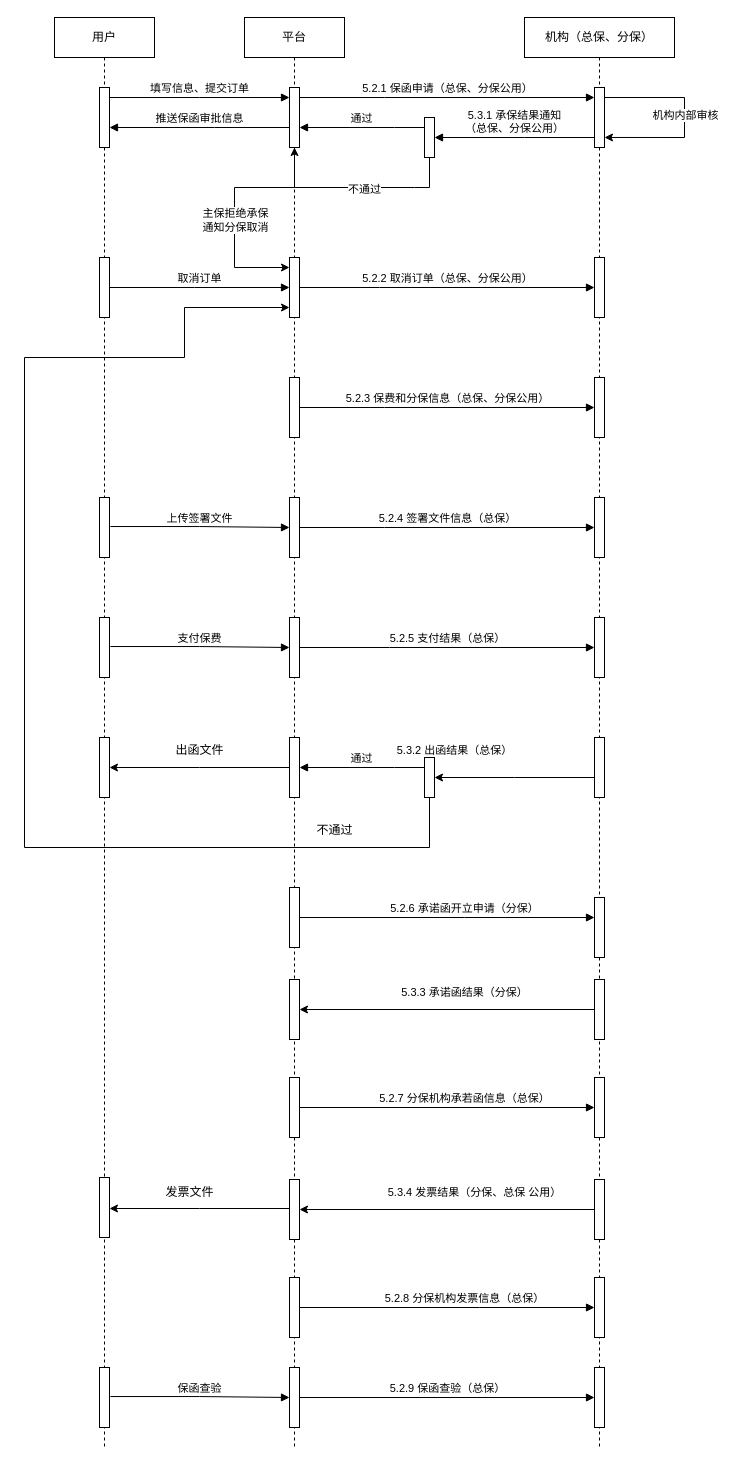
Above: page "Page-1" (1 of 2) of 接口交互图.drawio in jiedada/hello-world (draw.io), before the change. Source tidied: cells renumbered, new cells numbered last; positions are measured from the earlier drawing's top-left corner, leaving out a move shared by most shapes. Both pictures are drawn from the tidied source at 100%, with x=0, y=0 at pixel (24, 17).
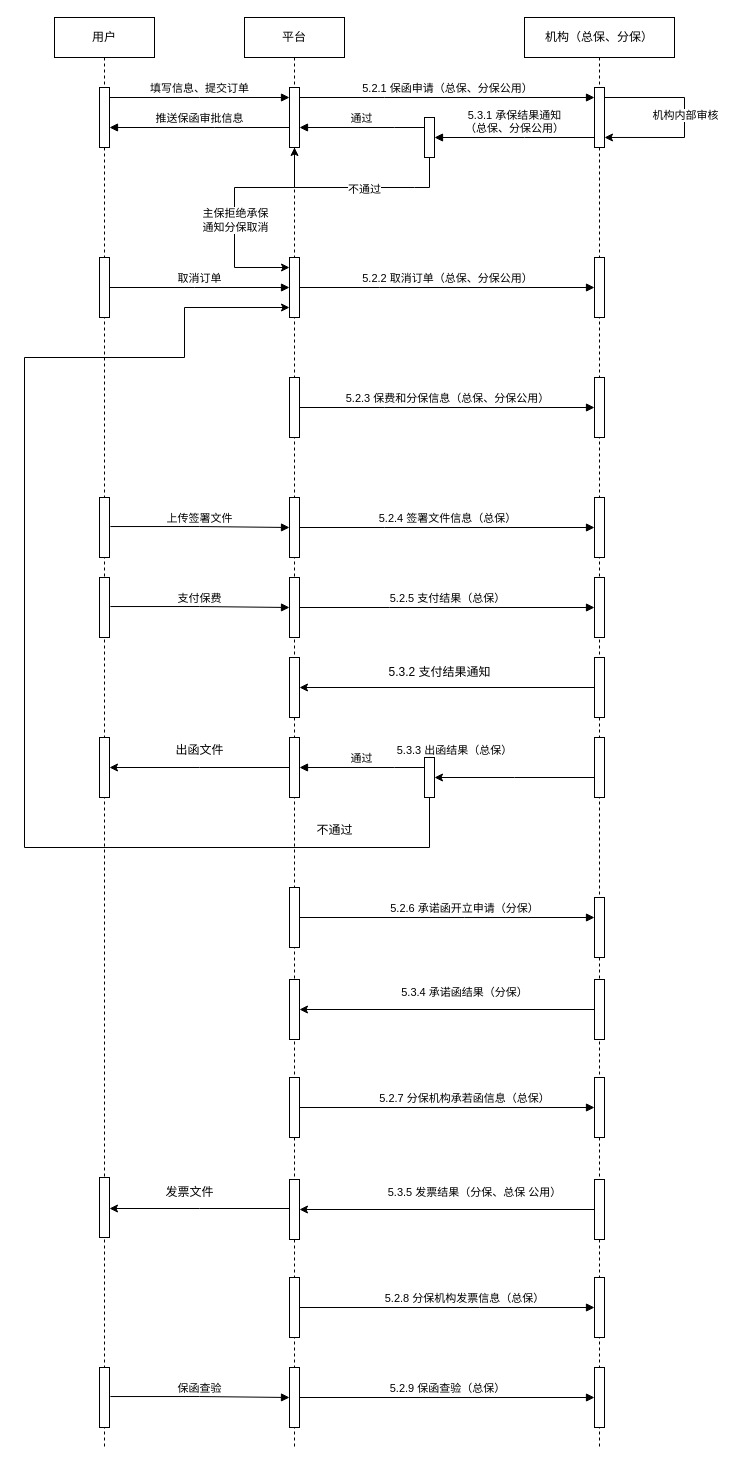
After the change.

Commit message:
更新接口交互图.drawio

The change refers to these unchanged cells:
```xml
<mxCell id="2" value="用户" style="shape=umlLifeline;perimeter=lifelinePerimeter;whiteSpace=wrap;html=1;newEdgeStyle={&quot;edgeStyle&quot;:&quot;elbowEdgeStyle&quot;,&quot;elbow&quot;:&quot;vertical&quot;,&quot;curved&quot;:0,&quot;rounded&quot;:0};" parent="1" vertex="1">
  <mxGeometry x="30" width="100" height="1430" as="geometry" />
</mxCell>
<mxCell id="10" value="机构（总保、分保）" style="shape=umlLifeline;perimeter=lifelinePerimeter;whiteSpace=wrap;html=1;newEdgeStyle={&quot;edgeStyle&quot;:&quot;elbowEdgeStyle&quot;,&quot;elbow&quot;:&quot;vertical&quot;,&quot;curved&quot;:0,&quot;rounded&quot;:0};" parent="1" vertex="1">
  <mxGeometry x="500" width="150" height="1430" as="geometry" />
</mxCell>
<mxCell id="22" value="平台" style="shape=umlLifeline;perimeter=lifelinePerimeter;whiteSpace=wrap;html=1;newEdgeStyle={&quot;edgeStyle&quot;:&quot;elbowEdgeStyle&quot;,&quot;elbow&quot;:&quot;vertical&quot;,&quot;curved&quot;:0,&quot;rounded&quot;:0};" parent="1" vertex="1">
  <mxGeometry x="220" width="100" height="1430" as="geometry" />
</mxCell>
```

Change to the diagram source:
```diff
@@
     <mxCell id="6" style="html=1;points=[];perimeter=orthogonalPerimeter;outlineConnect=0;targetShapes=umlLifeline;portConstraint=eastwest;newEdgeStyle={&quot;edgeStyle&quot;:&quot;elbowEdgeStyle&quot;,&quot;elbow&quot;:&quot;vertical&quot;,&quot;curved&quot;:0,&quot;rounded&quot;:0};" parent="2" vertex="1">
-      <mxGeometry x="45" y="600" width="10" height="60" as="geometry" />
+      <mxGeometry x="45" y="560" width="10" height="60" as="geometry" />
     </mxCell>
@@
     <mxCell id="15" style="html=1;points=[];perimeter=orthogonalPerimeter;outlineConnect=0;targetShapes=umlLifeline;portConstraint=eastwest;newEdgeStyle={&quot;edgeStyle&quot;:&quot;elbowEdgeStyle&quot;,&quot;elbow&quot;:&quot;vertical&quot;,&quot;curved&quot;:0,&quot;rounded&quot;:0};" parent="10" vertex="1">
-      <mxGeometry x="70" y="600" width="10" height="60" as="geometry" />
+      <mxGeometry x="70" y="560" width="10" height="60" as="geometry" />
     </mxCell>
@@
     <mxCell id="27" style="html=1;points=[];perimeter=orthogonalPerimeter;outlineConnect=0;targetShapes=umlLifeline;portConstraint=eastwest;newEdgeStyle={&quot;edgeStyle&quot;:&quot;elbowEdgeStyle&quot;,&quot;elbow&quot;:&quot;vertical&quot;,&quot;curved&quot;:0,&quot;rounded&quot;:0};" parent="22" vertex="1">
-      <mxGeometry x="45" y="600" width="10" height="60" as="geometry" />
+      <mxGeometry x="45" y="560" width="10" height="60" as="geometry" />
     </mxCell>
@@
+    <mxCell id="74" style="html=1;points=[];perimeter=orthogonalPerimeter;outlineConnect=0;targetShapes=umlLifeline;portConstraint=eastwest;newEdgeStyle={&quot;edgeStyle&quot;:&quot;elbowEdgeStyle&quot;,&quot;elbow&quot;:&quot;vertical&quot;,&quot;curved&quot;:0,&quot;rounded&quot;:0};" parent="22" vertex="1">
+      <mxGeometry x="45" y="640" width="10" height="60" as="geometry" />
+    </mxCell>
@@
     <mxCell id="53" value="5.2.5 支付结果（总保）" style="html=1;verticalAlign=bottom;endArrow=block;edgeStyle=elbowEdgeStyle;elbow=vertical;curved=0;rounded=0;" parent="1" edge="1" source="27" target="15">
       <mxGeometry relative="1" as="geometry">
         <Array as="points">
-          <mxPoint x="365" y="630" />
+          <mxPoint x="365" y="590" />
         </Array>
       </mxGeometry>
     </mxCell>
@@
-    <mxCell id="58" value="&lt;span style=&quot;font-size: 11px; background-color: rgb(255, 255, 255);&quot;&gt;5.3.2 出函结果（&lt;/span&gt;&lt;span style=&quot;font-size: 11px; background-color: rgb(255, 255, 255);&quot;&gt;总保&lt;/span&gt;&lt;span style=&quot;font-size: 11px; background-color: rgb(255, 255, 255);&quot;&gt;）&lt;/span&gt;" style="text;html=1;align=center;verticalAlign=middle;strokeColor=none;fillColor=none;" parent="1" vertex="1">
+    <mxCell id="58" value="&lt;span style=&quot;font-size: 11px; background-color: rgb(255, 255, 255);&quot;&gt;5.3.3 出函结果（&lt;/span&gt;&lt;span style=&quot;font-size: 11px; background-color: rgb(255, 255, 255);&quot;&gt;总保&lt;/span&gt;&lt;span style=&quot;font-size: 11px; background-color: rgb(255, 255, 255);&quot;&gt;）&lt;/span&gt;" style="text;html=1;align=center;verticalAlign=middle;strokeColor=none;fillColor=none;" parent="1" vertex="1">
       <mxGeometry x="360" y="718" width="140" height="30" as="geometry" />
     </mxCell>
@@
-    <mxCell id="60" value="&lt;span style=&quot;font-size: 11px; background-color: rgb(255, 255, 255);&quot;&gt;5.3.3 承诺函结果（分&lt;/span&gt;&lt;span style=&quot;font-size: 11px; background-color: rgb(255, 255, 255);&quot;&gt;保&lt;/span&gt;&lt;span style=&quot;font-size: 11px; background-color: rgb(255, 255, 255);&quot;&gt;）&lt;/span&gt;" style="text;html=1;align=center;verticalAlign=middle;strokeColor=none;fillColor=none;" parent="1" vertex="1">
+    <mxCell id="60" value="&lt;span style=&quot;font-size: 11px; background-color: rgb(255, 255, 255);&quot;&gt;5.3.4 承诺函结果（分&lt;/span&gt;&lt;span style=&quot;font-size: 11px; background-color: rgb(255, 255, 255);&quot;&gt;保&lt;/span&gt;&lt;span style=&quot;font-size: 11px; background-color: rgb(255, 255, 255);&quot;&gt;）&lt;/span&gt;" style="text;html=1;align=center;verticalAlign=middle;strokeColor=none;fillColor=none;" parent="1" vertex="1">
       <mxGeometry x="365" y="960" width="150" height="30" as="geometry" />
     </mxCell>
@@
-    <mxCell id="67" value="&lt;span style=&quot;font-size: 11px; background-color: rgb(255, 255, 255);&quot;&gt;5.3.4 发票结果（分&lt;/span&gt;&lt;span style=&quot;font-size: 11px; background-color: rgb(255, 255, 255);&quot;&gt;保、总保 公用&lt;/span&gt;&lt;span style=&quot;font-size: 11px; background-color: rgb(255, 255, 255);&quot;&gt;）&lt;/span&gt;" style="text;html=1;align=center;verticalAlign=middle;strokeColor=none;fillColor=none;" parent="1" vertex="1">
+    <mxCell id="67" value="&lt;span style=&quot;font-size: 11px; background-color: rgb(255, 255, 255);&quot;&gt;5.3.5 发票结果（分&lt;/span&gt;&lt;span style=&quot;font-size: 11px; background-color: rgb(255, 255, 255);&quot;&gt;保、总保 公用&lt;/span&gt;&lt;span style=&quot;font-size: 11px; background-color: rgb(255, 255, 255);&quot;&gt;）&lt;/span&gt;" style="text;html=1;align=center;verticalAlign=middle;strokeColor=none;fillColor=none;" parent="1" vertex="1">
       <mxGeometry x="350" y="1160" width="200" height="30" as="geometry" />
     </mxCell>
@@
+    <mxCell id="75" style="edgeStyle=elbowEdgeStyle;rounded=0;jettySize=auto;html=1;elbow=vertical;curved=0;" parent="1" edge="1" source="76" target="74">
+      <mxGeometry relative="1" as="geometry" />
+    </mxCell>
+    <mxCell id="76" style="html=1;points=[];perimeter=orthogonalPerimeter;outlineConnect=0;targetShapes=umlLifeline;portConstraint=eastwest;newEdgeStyle={&quot;edgeStyle&quot;:&quot;elbowEdgeStyle&quot;,&quot;elbow&quot;:&quot;vertical&quot;,&quot;curved&quot;:0,&quot;rounded&quot;:0};" parent="1" vertex="1">
+      <mxGeometry x="570" y="640" width="10" height="60" as="geometry" />
+    </mxCell>
+    <mxCell id="77" value="5.3.2 支付结果通知" style="text;html=1;align=center;verticalAlign=middle;strokeColor=none;fillColor=none;" parent="1" vertex="1">
+      <mxGeometry x="350" y="640" width="130" height="30" as="geometry" />
+    </mxCell>
```
